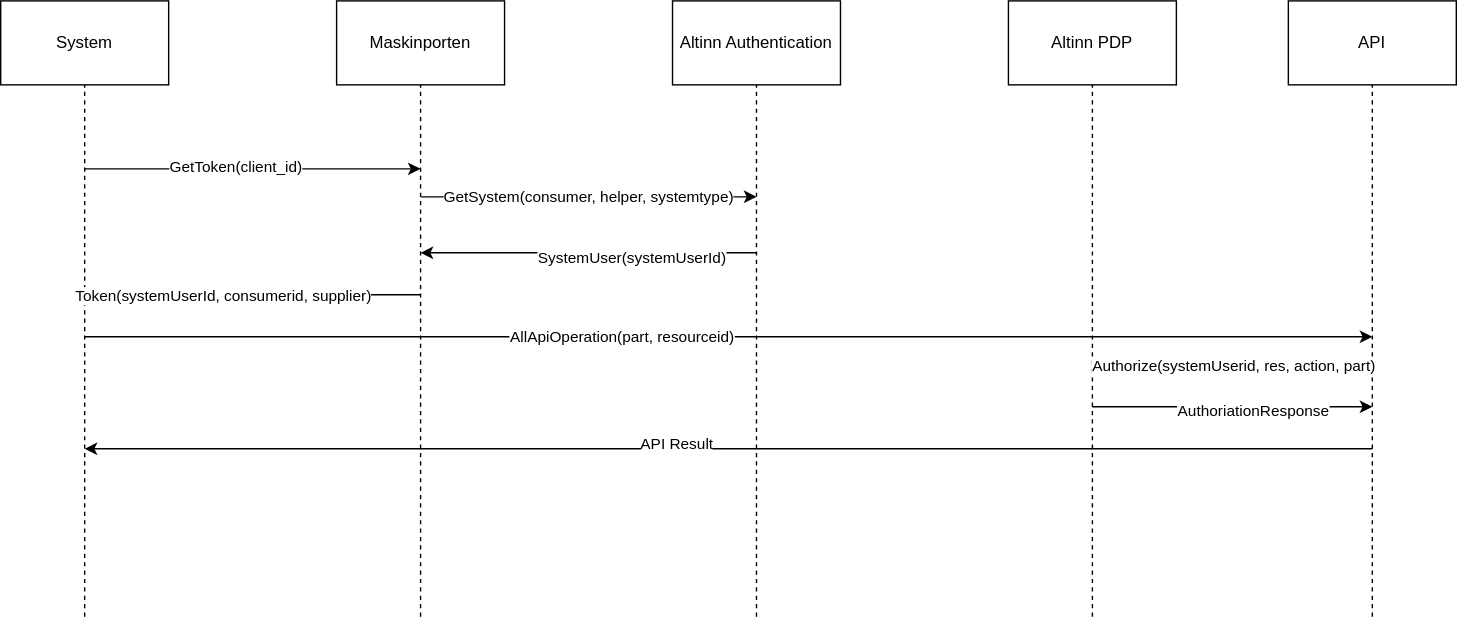
This is content/authentication/systemauthenticationflow.drawio.svg from Altinn/altinn-studio-docs, a draw.io export, as it was before one commit. Source tidied: cells renumbered, new cells last; positions are measured from the earlier drawing's top-left corner, leaving out a move shared by most shapes.
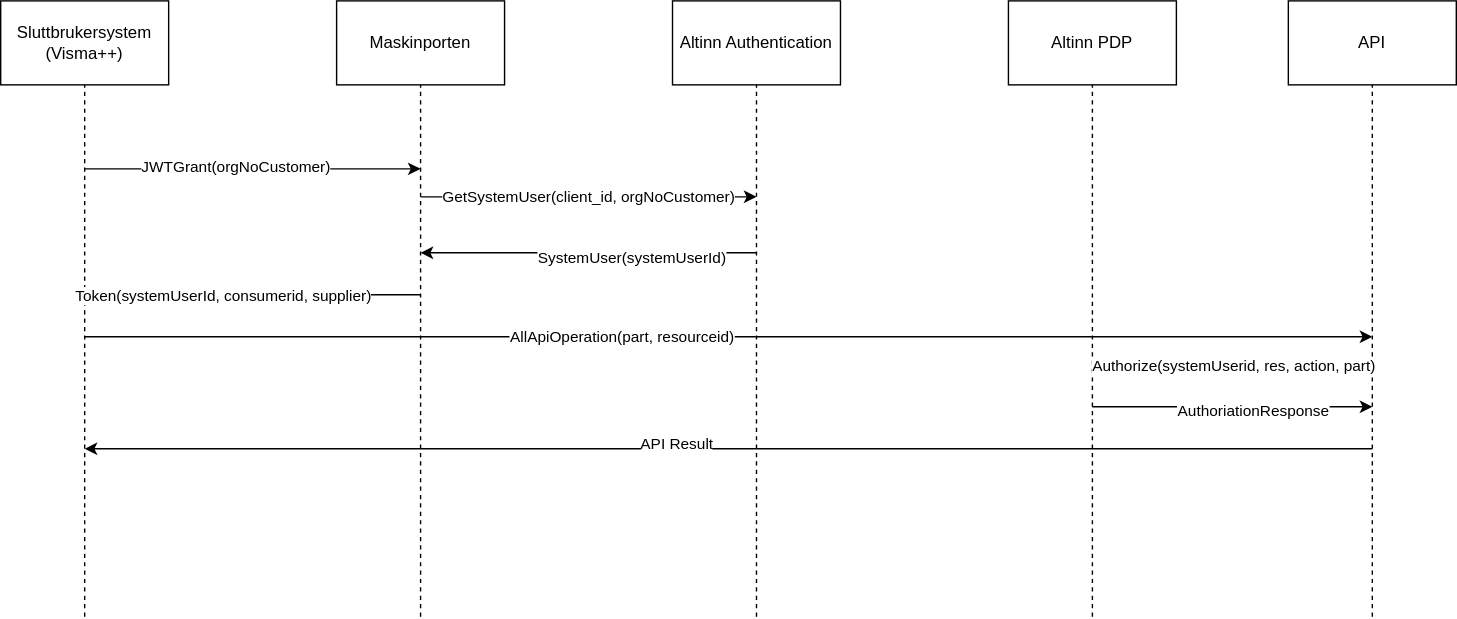
After the change.

Change to the diagram source:
```diff
@@ -2,7 +2,7 @@
   <root>
     <mxCell id="0" />
     <mxCell id="1" parent="0" />
-    <mxCell id="2" value="System" style="rounded=0;whiteSpace=wrap;html=1;" parent="1" vertex="1">
+    <mxCell id="2" value="Sluttbrukersystem&lt;br&gt;(Visma++)" style="rounded=0;whiteSpace=wrap;html=1;" parent="1" vertex="1">
       <mxGeometry width="120" height="60" as="geometry" />
     </mxCell>
     <mxCell id="3" value="Maskinporten" style="rounded=0;whiteSpace=wrap;html=1;" parent="1" vertex="1">
@@ -28,7 +28,7 @@
         <mxPoint x="300" y="120" as="targetPoint" />
       </mxGeometry>
     </mxCell>
-    <mxCell id="9" value="GetToken(client_id)" style="edgeLabel;html=1;align=center;verticalAlign=middle;" parent="8" vertex="1">
+    <mxCell id="9" value="JWTGrant(orgNoCustomer)" style="edgeLabel;html=1;align=center;verticalAlign=middle;" parent="8" vertex="1">
       <mxGeometry x="-0.11" y="2" relative="1" as="geometry" />
     </mxCell>
     <mxCell id="10" style="endArrow=none;dashed=1;html=1;entryX=0.5;entryY=1;entryDx=0;entryDy=0;" parent="1" edge="1" target="3">
@@ -41,7 +41,7 @@
         <mxPoint x="540" y="440" as="sourcePoint" />
       </mxGeometry>
     </mxCell>
-    <mxCell id="12" value="GetSystem(consumer, helper, systemtype)" style="endArrow=classic;html=1;" parent="1" edge="1">
+    <mxCell id="12" value="GetSystemUser(client_id, orgNoCustomer)" style="endArrow=classic;html=1;" parent="1" edge="1">
       <mxGeometry relative="1" as="geometry">
         <mxPoint x="300" y="140" as="sourcePoint" />
         <mxPoint x="540" y="140" as="targetPoint" />
```
